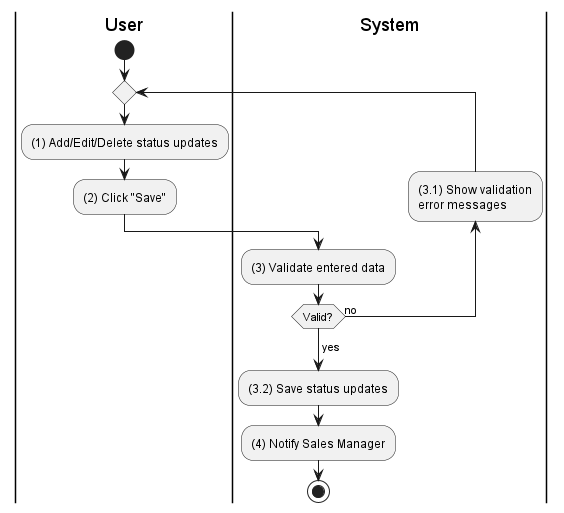
phihungha/scmss-reqs keeps this PlantUML diagram as activities/sales-order-update-progress.png. Above is the earlier version.
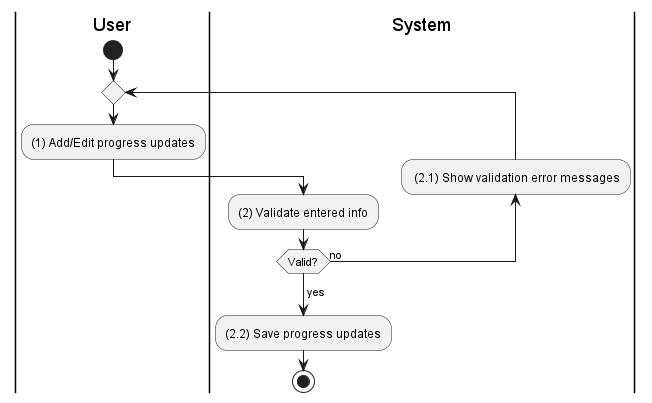
After the commit.

The edit, as a diff of the source:
```diff
@@ -5,16 +5,12 @@
 |u|
 start
 repeat
-    :(1) Add/Edit/Delete status updates;
-    :(2) Click "Save";
-
+    :(1) Add/Edit progress updates;
     |s|
-    :(3) Validate entered data;
-    backward:(3.1) Show validation
-    error messages;
+    :(2) Validate entered info;
+    backward: (2.1) Show validation error messages;
 repeat while (Valid?) is (no)
 ->yes;
-:(3.2) Save status updates;
-:(4) Notify Sales Manager;
+:(2.2) Save progress updates;
 stop
 @enduml
```
